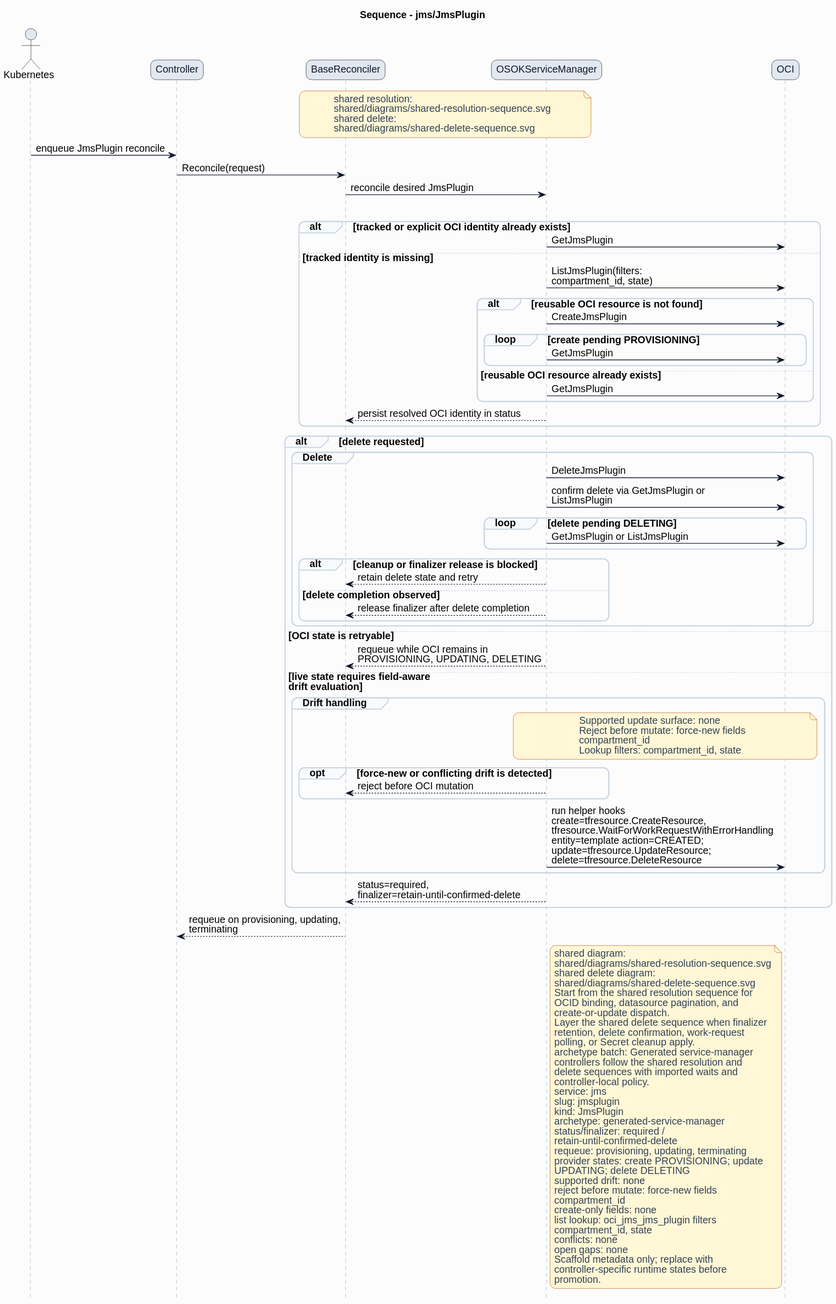
This is formal/controllers/jms/jmsplugin/diagrams/sequence.svg from HaoyL666/oci-service-operator, a PlantUML export, as it was before one commit.
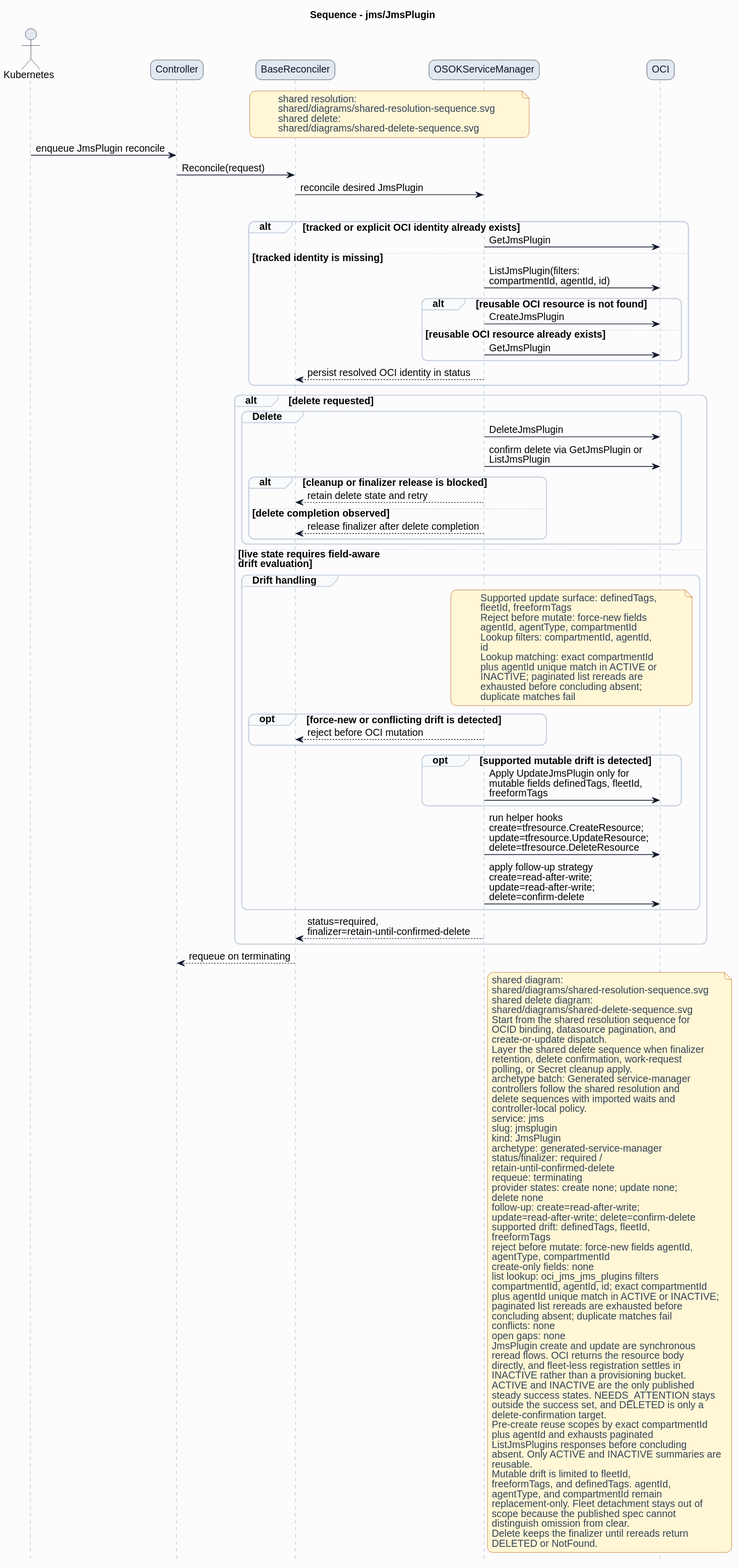
The same diagram one commit later.

Change to the diagram source:
```diff
@@ -38,12 +38,9 @@
 alt tracked or explicit OCI identity already exists
 ServiceManager -> OCI: GetJmsPlugin
 else tracked identity is missing
-ServiceManager -> OCI: ListJmsPlugin(filters:\ncompartment_id, state)
+ServiceManager -> OCI: ListJmsPlugin(filters:\ncompartmentId, agentId, id)
 alt reusable OCI resource is not found
 ServiceManager -> OCI: CreateJmsPlugin
-loop create pending PROVISIONING
-ServiceManager -> OCI: GetJmsPlugin
-end
 else reusable OCI resource already exists
 ServiceManager -> OCI: GetJmsPlugin
 end
@@ -53,33 +50,39 @@
 group Delete
 ServiceManager -> OCI: DeleteJmsPlugin
 ServiceManager -> OCI: confirm delete via GetJmsPlugin or\nListJmsPlugin
-loop delete pending DELETING
-ServiceManager -> OCI: GetJmsPlugin or ListJmsPlugin
-end
 alt cleanup or finalizer release is blocked
 ServiceManager --> BaseReconciler: retain delete state and retry
 else delete completion observed
 ServiceManager --> BaseReconciler: release finalizer after delete completion
 end
 end
-else OCI state is retryable
-ServiceManager --> BaseReconciler: requeue while OCI remains in\nPROVISIONING, UPDATING, DELETING
 else live state requires field-aware\ndrift evaluation
 group Drift handling
 note over ServiceManager,OCI
-Supported update surface: none
+Supported update surface: definedTags,
+fleetId, freeformTags
 Reject before mutate: force-new fields
-compartment_id
-Lookup filters: compartment_id, state
+agentId, agentType, compartmentId
+Lookup filters: compartmentId, agentId,
+id
+Lookup matching: exact compartmentId
+plus agentId unique match in ACTIVE or
+INACTIVE; paginated list rereads are
+exhausted before concluding absent;
+duplicate matches fail
 end note
 opt force-new or conflicting drift is detected
 ServiceManager --> BaseReconciler: reject before OCI mutation
 end
-ServiceManager -> OCI: run helper hooks\ncreate=tfresource.CreateResource,\ntfresource.WaitForWorkRequestWithErrorHandling\nentity=template action=CREATED;\nupdate=tfresource.UpdateResource;\ndelete=tfresource.DeleteResource
+opt supported mutable drift is detected
+ServiceManager -> OCI: Apply UpdateJmsPlugin only for\nmutable fields definedTags, fleetId,\nfreeformTags
+end
+ServiceManager -> OCI: run helper hooks\ncreate=tfresource.CreateResource;\nupdate=tfresource.UpdateResource;\ndelete=tfresource.DeleteResource
+ServiceManager -> OCI: apply follow-up strategy\ncreate=read-after-write;\nupdate=read-after-write;\ndelete=confirm-delete
 end
 ServiceManager --> BaseReconciler: status=required,\nfinalizer=retain-until-confirmed-delete
 end
-BaseReconciler --> Controller: requeue on provisioning, updating,\nterminating
+BaseReconciler --> Controller: requeue on terminating
 note right of ServiceManager
 shared diagram:
 shared/diagrams/shared-resolution-sequence.svg
@@ -101,19 +104,43 @@
 archetype: generated-service-manager
 status/finalizer: required /
 retain-until-confirmed-delete
-requeue: provisioning, updating, terminating
-provider states: create PROVISIONING; update
-UPDATING; delete DELETING
-supported drift: none
-reject before mutate: force-new fields
-compartment_id
+requeue: terminating
+provider states: create none; update none;
+delete none
+follow-up: create=read-after-write;
+update=read-after-write; delete=confirm-delete
+supported drift: definedTags, fleetId,
+freeformTags
+reject before mutate: force-new fields agentId,
+agentType, compartmentId
 create-only fields: none
-list lookup: oci_jms_jms_plugin filters
-compartment_id, state
+list lookup: oci_jms_jms_plugins filters
+compartmentId, agentId, id; exact compartmentId
+plus agentId unique match in ACTIVE or INACTIVE;
+paginated list rereads are exhausted before
+concluding absent; duplicate matches fail
 conflicts: none
 open gaps: none
-Scaffold metadata only; replace with
-controller-specific runtime states before
-promotion.
+JmsPlugin create and update are synchronous
+reread flows. OCI returns the resource body
+directly, and fleet-less registration settles in
+INACTIVE rather than a provisioning bucket.
+ACTIVE and INACTIVE are the only published
+steady success states. NEEDS_ATTENTION stays
+outside the success set, and DELETED is only a
+delete-confirmation target.
+Pre-create reuse scopes by exact compartmentId
+plus agentId and exhausts paginated
+ListJmsPlugins responses before concluding
+absent. Only ACTIVE and INACTIVE summaries are
+reusable.
+Mutable drift is limited to fleetId,
+freeformTags, and definedTags. agentId,
+agentType, and compartmentId remain
+replacement-only. Fleet detachment stays out of
+scope because the published spec cannot
+distinguish omission from clear.
+Delete keeps the finalizer until rereads return
+DELETED or NotFound.
 end note
 @enduml
```
